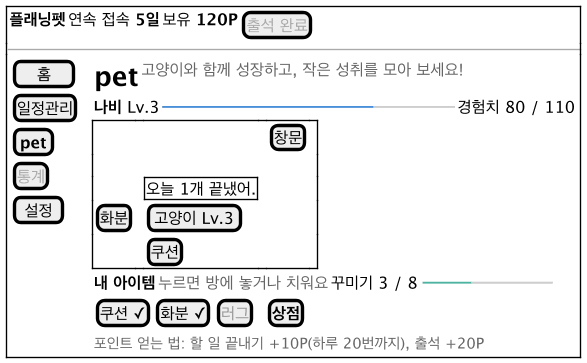
This is docs/diagrams/ui-pet.png from 2026-2-software-system-design-11/planning-pet-app, a PlantUML export, as it was before one commit.
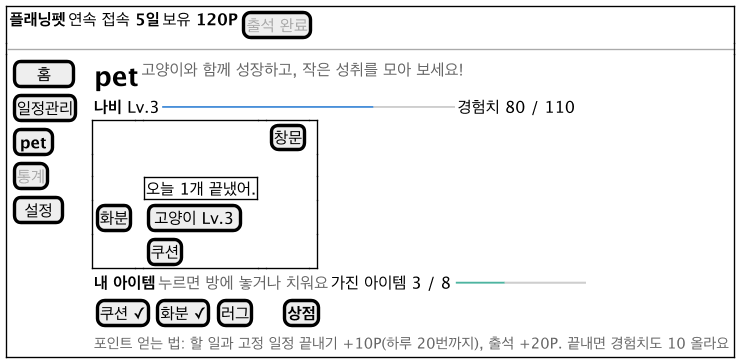
The same diagram one commit later.

What changed in the source:
```diff
@@ -21,9 +21,9 @@
         [화분] | . | [고양이 Lv.3] | . | . | .
         .  | . | [쿠션] | . | . | .
       }
-      { <b>내 아이템</b> | <color:#666666>누르면 방에 놓거나 치워요</color> | 꾸미기 3 / 8 <color:#4DB4A0>━━━</color><color:#CCCCCC>━━━━━</color> }
-      { [쿠션 ✓] | [화분 ✓] | [<color:#999999>러그</color>] | . | [<b>상점</b>] }
-      { <size:11><color:#666666>포인트 얻는 법: 할 일 끝내기 +10P(하루 20번까지), 출석 +20P</color></size> }
+      { <b>내 아이템</b> | <color:#666666>누르면 방에 놓거나 치워요</color> | 가진 아이템 3 / 8 <color:#4DB4A0>━━━</color><color:#CCCCCC>━━━━━</color> }
+      { [쿠션 ✓] | [화분 ✓] | [러그] | . | . | . | [<b>상점</b>] }
+      { <size:11><color:#666666>포인트 얻는 법: 할 일과 고정 일정 끝내기 +10P(하루 20번까지), 출석 +20P. 끝내면 경험치도 10 올라요</color></size> }
     }
   }
 }
```
